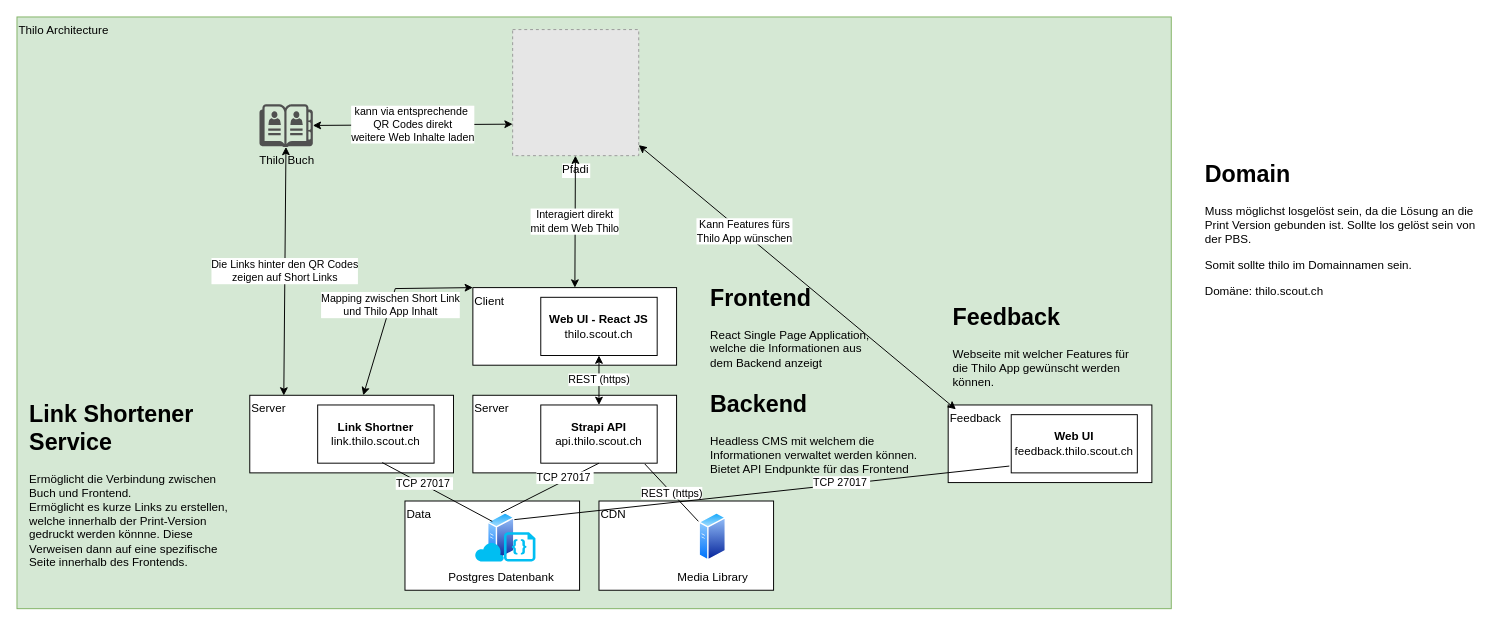
This is page "Architecture" (1 of 2) of documentation/architecture.drawio from scout-ch/thilo, a draw.io file, before an edit. Source tidied: cells renumbered, new cells numbered last; positions are measured from the earlier drawing's top-left corner, leaving out a move shared by most shapes. Both pictures are drawn from the tidied source at 97%, with x=0, y=0 at pixel (16, 16). Pictures stored in the file or linked from it are replaced by grey dashed boxes.
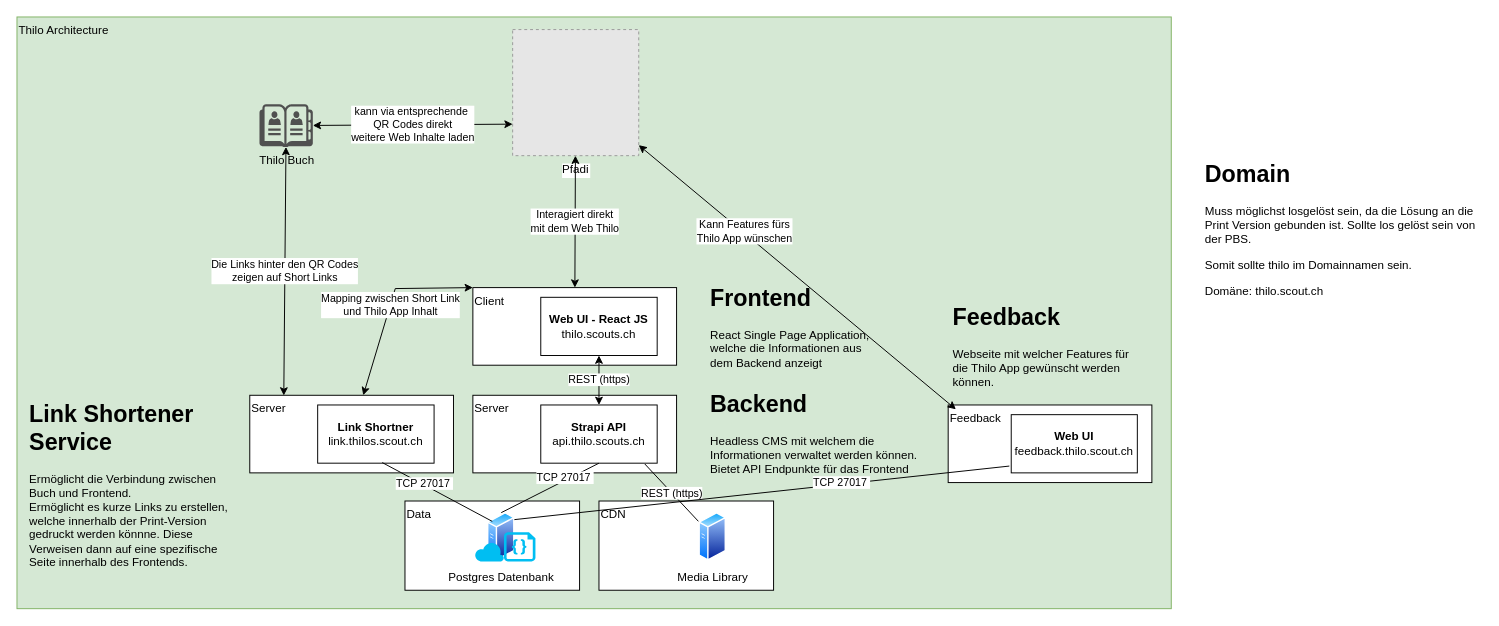
Above is the later version.

Commit message (it also covers changes not shown here):
Fix: updated link shortener

What changed in the source:
```diff
@@
-    <mxCell id="4" value="&lt;b&gt;Web UI - React JS&lt;/b&gt;&lt;br&gt;thilo.scout.ch" style="rounded=0;whiteSpace=wrap;html=1;align=center;verticalAlign=middle;" parent="1" vertex="1">
+    <mxCell id="4" value="&lt;b&gt;Web UI - React JS&lt;/b&gt;&lt;br&gt;thilo.scouts.ch" style="rounded=0;whiteSpace=wrap;html=1;align=center;verticalAlign=middle;" parent="1" vertex="1">
       <mxGeometry x="540" y="289" width="120" height="60" as="geometry" />
     </mxCell>
@@
-    <mxCell id="6" value="&lt;b&gt;Strapi API&lt;br&gt;&lt;/b&gt;api.thilo.scout.ch" style="rounded=0;whiteSpace=wrap;html=1;align=center;verticalAlign=middle;" parent="1" vertex="1">
+    <mxCell id="6" value="&lt;b&gt;Strapi API&lt;br&gt;&lt;/b&gt;api.thilo.scouts.ch" style="rounded=0;whiteSpace=wrap;html=1;align=center;verticalAlign=middle;" parent="1" vertex="1">
       <mxGeometry x="540" y="400" width="120" height="60" as="geometry" />
     </mxCell>
@@
-    <mxCell id="17" value="&lt;b&gt;Link Shortner&lt;br&gt;&lt;/b&gt;link.thilo.scout.ch" style="rounded=0;whiteSpace=wrap;html=1;align=center;verticalAlign=middle;" parent="1" vertex="1">
+    <mxCell id="17" value="&lt;b&gt;Link Shortner&lt;br&gt;&lt;/b&gt;link.thilos.scout.ch" style="rounded=0;whiteSpace=wrap;html=1;align=center;verticalAlign=middle;" parent="1" vertex="1">
       <mxGeometry x="310" y="400" width="120" height="60" as="geometry" />
     </mxCell>
```
